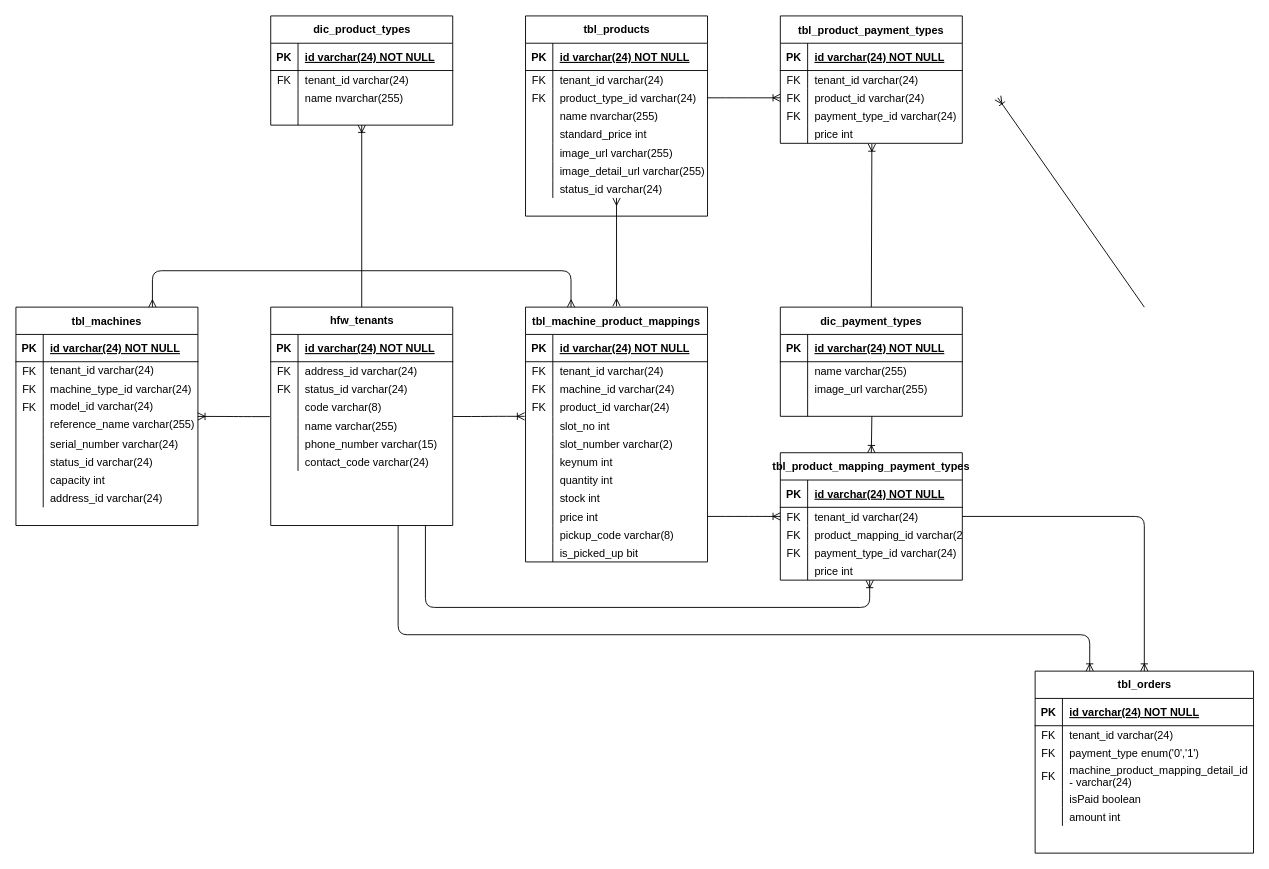
Above: page "Product" (4 of 6) of Untitled Diagram.drawio in wardus3105/alphatest (draw.io), before the change. Source tidied: cells renumbered, new cells numbered last; positions are measured from the earlier drawing's top-left corner, leaving out a move shared by most shapes. Both pictures are drawn from the tidied source at 91%, with x=0, y=0 at pixel (15, 15).
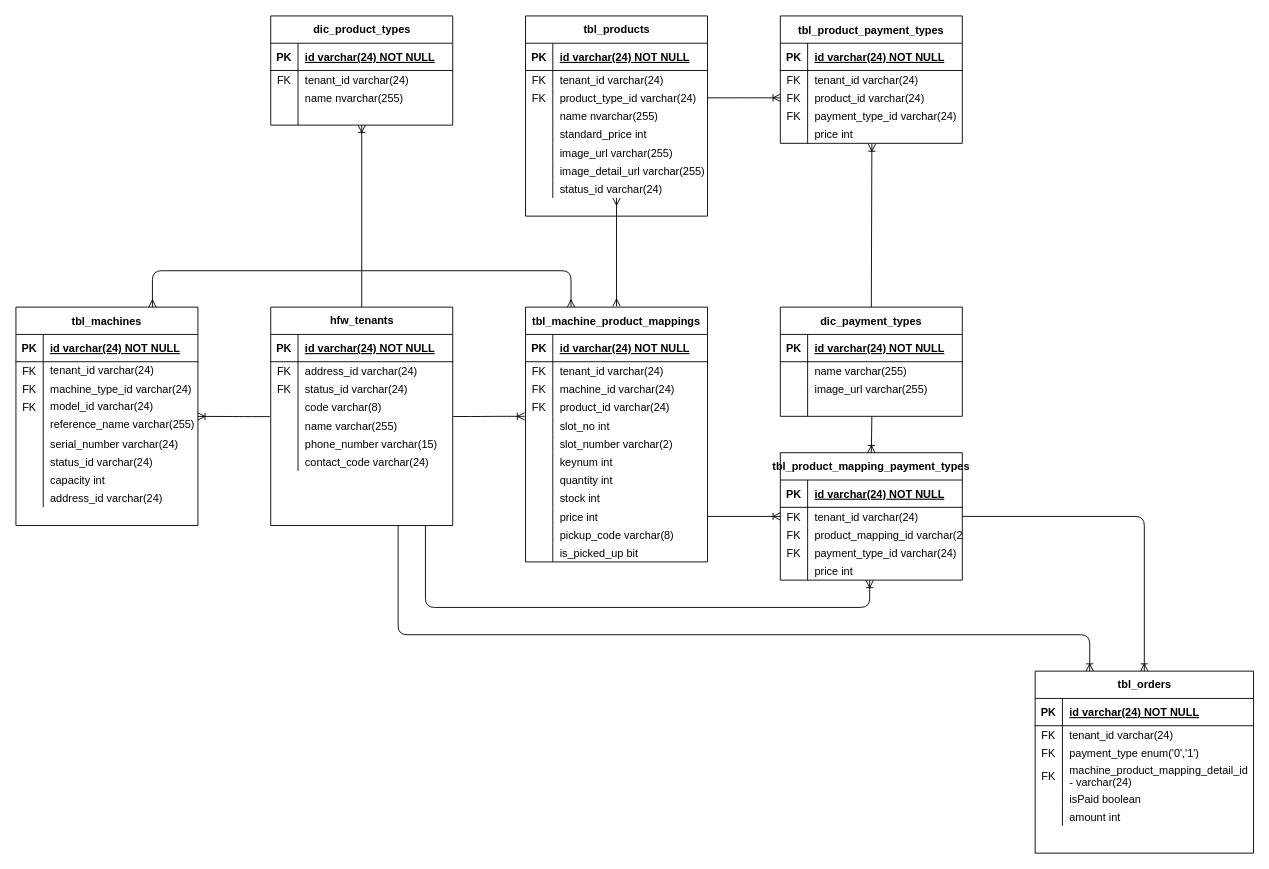
The same page after the edit.

What changed in the source:
```diff
@@
-    <mxCell id="152" style="fontSize=12;html=1;endArrow=ERoneToMany;exitX=0.5;exitY=0;exitDx=0;exitDy=0;" parent="1" edge="1">
-      <mxGeometry relative="1" as="geometry">
-        <mxPoint x="1240" y="320" as="sourcePoint" />
-        <mxPoint x="1079" y="90" as="targetPoint" />
-      </mxGeometry>
-    </mxCell>
```
